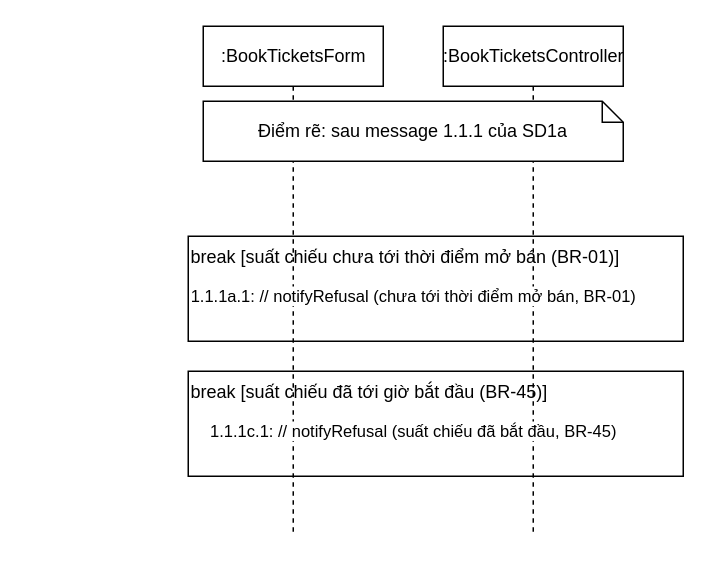
luytbq/app-dat-ve-xem-phim keeps this draw.io diagram as page "SD2 - Luồng 2a và 2c" (4 of 17) of design/diagrams/P07-sequence-UC-005.drawio. Above is the earlier version. Source tidied: cells renumbered, new cells numbered last; positions are measured from the earlier drawing's top-left corner, leaving out a move shared by most shapes. Both pictures are drawn from the tidied source at 150%, with x=0, y=0 at pixel (188, 26).
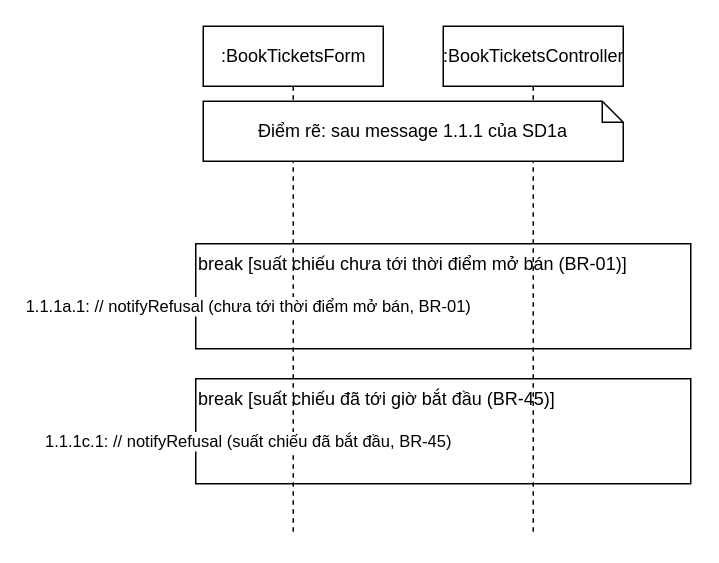
The same page after the edit.

Diff of the diagram source:
```diff
@@
 <mxGraphModel>
   <root>
     <mxCell id="0" />
     <mxCell id="1" parent="0" />
     <mxCell id="2" value=":BookTicketsForm" style="shape=umlLifeline;perimeter=lifelinePerimeter;html=1;" parent="1" vertex="1">
       <mxGeometry x="10" width="120" height="340" as="geometry" />
     </mxCell>
     <mxCell id="3" value=":BookTicketsController" style="shape=umlLifeline;perimeter=lifelinePerimeter;html=1;" parent="1" vertex="1">
       <mxGeometry x="170" width="120" height="340" as="geometry" />
     </mxCell>
     <mxCell id="4" value="break [suất chiếu chưa tới thời điểm mở bán (BR-01)]" style="rounded=0;whiteSpace=wrap;html=1;fillColor=none;align=left;verticalAlign=top;" parent="1" vertex="1">
-      <mxGeometry y="140" width="330" height="70" as="geometry" />
+      <mxGeometry x="5" y="145" width="330" height="70" as="geometry" />
     </mxCell>
     <mxCell id="5" value="break [suất chiếu đã tới giờ bắt đầu (BR-45)]" style="rounded=0;whiteSpace=wrap;html=1;fillColor=none;align=left;verticalAlign=top;" parent="1" vertex="1">
-      <mxGeometry y="230" width="330" height="70" as="geometry" />
+      <mxGeometry x="5" y="235" width="330" height="70" as="geometry" />
     </mxCell>
     <mxCell id="6" value="Điểm rẽ: sau message 1.1.1 của SD1a" style="shape=note;whiteSpace=wrap;html=1;size=14;" parent="1" vertex="1">
       <mxGeometry x="10" y="50" width="280" height="40" as="geometry" />
     </mxCell>
-    <mxCell id="7" value="1.1.1a.1: // notifyRefusal (chưa tới thời điểm mở bán, BR-01)" style="endArrow=block;endFill=1;html=1;" parent="1" edge="1">
+    <mxCell id="7" value="1.1.1a.1: // notifyRefusal (chưa tới thời điểm mở bán, BR-01)" style="endArrow=block;endFill=1;html=1;" parent="1" edge="1" source="4">
       <mxGeometry relative="1" as="geometry">
-        <mxPoint x="230" y="180" as="sourcePoint" />
-        <mxPoint x="70" y="180" as="targetPoint" />
+        <mxPoint x="75" y="185" as="targetPoint" />
       </mxGeometry>
     </mxCell>
-    <mxCell id="8" value="1.1.1c.1: // notifyRefusal (suất chiếu đã bắt đầu, BR-45)" style="endArrow=block;endFill=1;html=1;" parent="1" edge="1">
+    <mxCell id="8" value="1.1.1c.1: // notifyRefusal (suất chiếu đã bắt đầu, BR-45)" style="endArrow=block;endFill=1;html=1;" parent="1" edge="1" source="5">
       <mxGeometry relative="1" as="geometry">
-        <mxPoint x="230" y="270" as="sourcePoint" />
-        <mxPoint x="70" y="270" as="targetPoint" />
+        <mxPoint x="75" y="275" as="targetPoint" />
       </mxGeometry>
     </mxCell>
   </root>
 </mxGraphModel>
```
